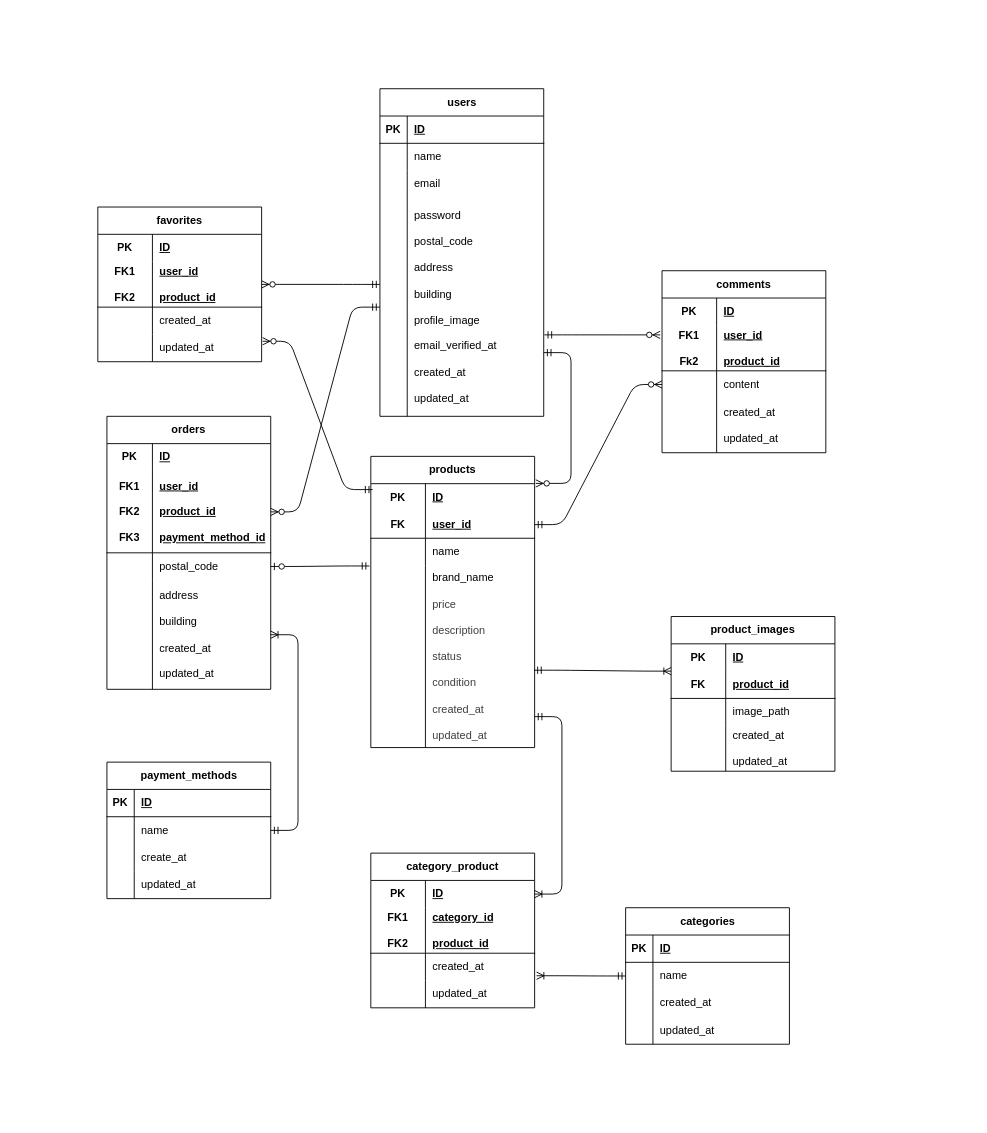
Before: doc/er_diagram.drawio in shiori-nampo/coachtech-flea-market, a draw.io diagram. Source tidied: cells renumbered, new cells numbered last; positions are measured from the earlier drawing's top-left corner, leaving out a move shared by most shapes. Both pictures are drawn from the tidied source at 91%, with x=0, y=0 at pixel (15, 15).
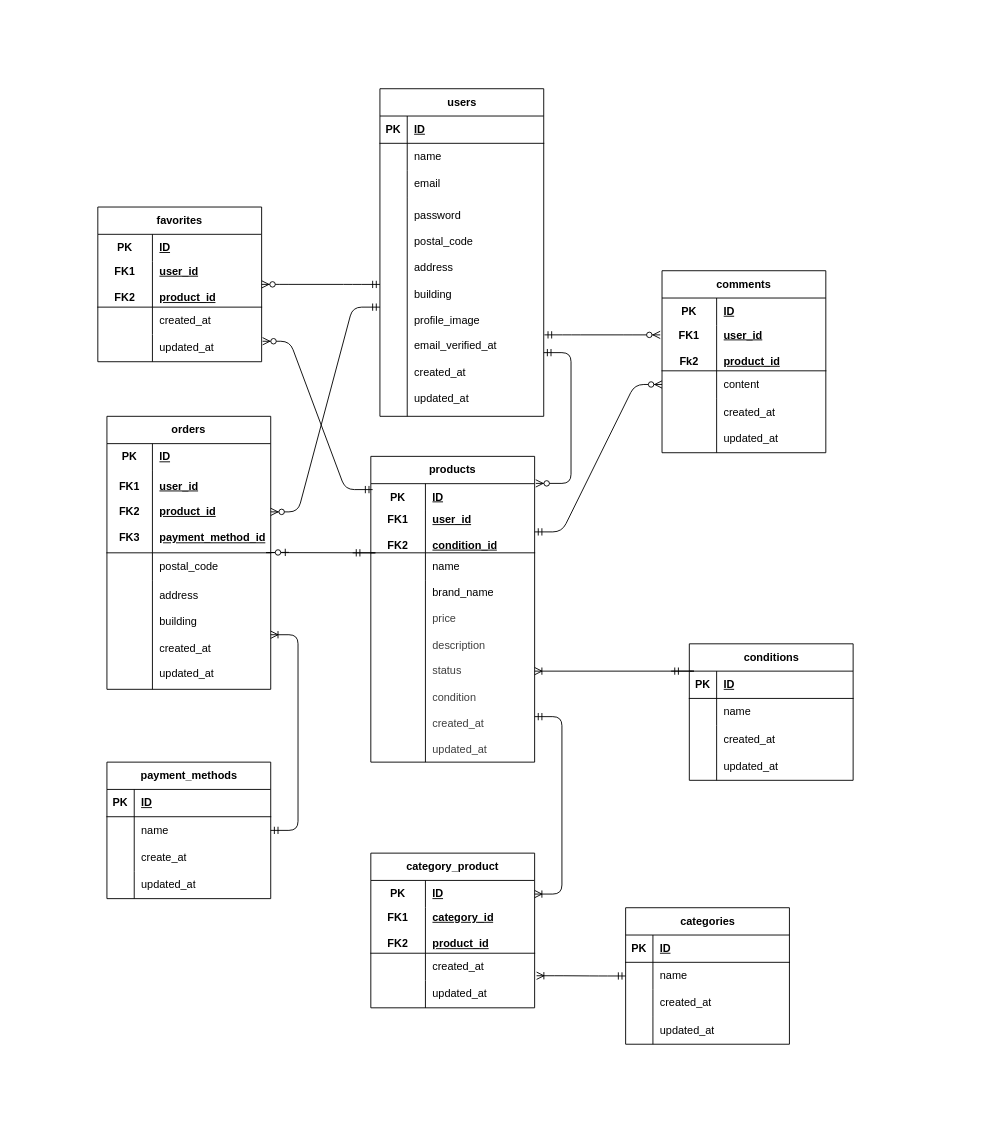
The same diagram, later.

The change refers to these unchanged cells:
```xml
<mxCell id="100" style="shape=tableRow;horizontal=0;startSize=0;swimlaneHead=0;swimlaneBody=0;fillColor=none;points=[[0,0.5],[1,0.5]];portConstraint=eastwest;top=0;left=0;right=0;bottom=0;html=1;" parent="93" vertex="1">
  <mxGeometry y="150" width="180" height="30" as="geometry" />
</mxCell>
```

Diff of the diagram source:
```diff
@@
     <mxCell id="41" value="products" style="shape=table;startSize=30;childLayout=tableLayout;rowLines=0;fontStyle=1;align=center;html=1;whiteSpace=wrap;" parent="1" vertex="1">
-      <mxGeometry x="390" y="484" width="180" height="320" as="geometry" />
+      <mxGeometry x="390" y="484" width="180" height="336" as="geometry" />
     </mxCell>
@@
     <mxCell id="45" style="shape=tableRow;horizontal=0;startSize=0;swimlaneHead=0;swimlaneBody=0;fillColor=none;points=[[0,0.5],[1,0.5]];portConstraint=eastwest;top=0;left=0;right=0;bottom=1;html=1;" parent="41" vertex="1">
-      <mxGeometry y="60" width="180" height="30" as="geometry" />
+      <mxGeometry y="60" width="180" height="46" as="geometry" />
     </mxCell>
-    <mxCell id="46" value="FK" style="shape=partialRectangle;fillColor=none;top=0;left=0;bottom=0;right=0;fontStyle=1;overflow=hidden;html=1;whiteSpace=wrap;" parent="45" vertex="1">
-      <mxGeometry width="60" height="30" as="geometry" />
+    <mxCell id="46" value="FK1&lt;div&gt;&lt;br&gt;&lt;/div&gt;&lt;div&gt;FK2&lt;/div&gt;" style="shape=partialRectangle;fillColor=none;top=0;left=0;bottom=0;right=0;fontStyle=1;overflow=hidden;html=1;whiteSpace=wrap;" parent="45" vertex="1">
+      <mxGeometry width="60" height="46" as="geometry" />
     </mxCell>
-    <mxCell id="47" value="user_id" style="shape=partialRectangle;fillColor=none;top=0;left=0;bottom=0;right=0;align=left;spacingLeft=6;fontStyle=5;overflow=hidden;html=1;whiteSpace=wrap;" parent="45" vertex="1">
-      <mxGeometry x="60" width="120" height="30" as="geometry" />
+    <mxCell id="47" value="user_id&lt;div&gt;&lt;br&gt;&lt;/div&gt;&lt;div&gt;condition_id&lt;/div&gt;" style="shape=partialRectangle;fillColor=none;top=0;left=0;bottom=0;right=0;align=left;spacingLeft=6;fontStyle=5;overflow=hidden;html=1;whiteSpace=wrap;" parent="45" vertex="1">
+      <mxGeometry x="60" width="120" height="46" as="geometry" />
     </mxCell>
     <mxCell id="48" style="shape=tableRow;horizontal=0;startSize=0;swimlaneHead=0;swimlaneBody=0;fillColor=none;points=[[0,0.5],[1,0.5]];portConstraint=eastwest;top=0;left=0;right=0;bottom=0;html=1;" parent="41" vertex="1">
-      <mxGeometry y="90" width="180" height="30" as="geometry" />
+      <mxGeometry y="106" width="180" height="30" as="geometry" />
     </mxCell>
@@
     <mxCell id="51" style="shape=tableRow;horizontal=0;startSize=0;swimlaneHead=0;swimlaneBody=0;fillColor=none;points=[[0,0.5],[1,0.5]];portConstraint=eastwest;top=0;left=0;right=0;bottom=0;html=1;" parent="41" vertex="1">
-      <mxGeometry y="120" width="180" height="200" as="geometry" />
+      <mxGeometry y="136" width="180" height="200" as="geometry" />
     </mxCell>
@@
-    <mxCell id="106" value="product_images" style="shape=table;startSize=30;childLayout=tableLayout;rowLines=0;fontStyle=1;align=center;html=1;whiteSpace=wrap;" parent="1" vertex="1">
-      <mxGeometry x="720" y="660" width="180" height="170" as="geometry" />
-    </mxCell>
-    <mxCell id="107" style="shape=tableRow;horizontal=0;startSize=0;swimlaneHead=0;swimlaneBody=0;fillColor=none;top=0;left=0;right=0;bottom=0;html=1;" parent="106" vertex="1">
-      <mxGeometry y="30" width="180" height="30" as="geometry" />
-    </mxCell>
-    <mxCell id="108" value="PK" style="shape=partialRectangle;fillColor=none;top=0;left=0;bottom=0;right=0;fontStyle=1;overflow=hidden;html=1;whiteSpace=wrap;" parent="107" vertex="1">
-      <mxGeometry width="60" height="30" as="geometry" />
-    </mxCell>
-    <mxCell id="109" value="ID" style="shape=partialRectangle;fillColor=none;top=0;left=0;bottom=0;right=0;align=left;spacingLeft=6;fontStyle=5;overflow=hidden;html=1;whiteSpace=wrap;" parent="107" vertex="1">
-      <mxGeometry x="60" width="120" height="30" as="geometry" />
-    </mxCell>
-    <mxCell id="110" style="shape=tableRow;horizontal=0;startSize=0;swimlaneHead=0;swimlaneBody=0;fillColor=none;points=[[0,0.5],[1,0.5]];portConstraint=eastwest;top=0;left=0;right=0;bottom=1;html=1;" parent="106" vertex="1">
-      <mxGeometry y="60" width="180" height="30" as="geometry" />
-    </mxCell>
-    <mxCell id="111" value="FK" style="shape=partialRectangle;fillColor=none;top=0;left=0;bottom=0;right=0;fontStyle=1;overflow=hidden;html=1;whiteSpace=wrap;" parent="110" vertex="1">
-      <mxGeometry width="60" height="30" as="geometry" />
-    </mxCell>
-    <mxCell id="112" value="product_id" style="shape=partialRectangle;fillColor=none;top=0;left=0;bottom=0;right=0;align=left;spacingLeft=6;fontStyle=5;overflow=hidden;html=1;whiteSpace=wrap;" parent="110" vertex="1">
-      <mxGeometry x="60" width="120" height="30" as="geometry" />
-    </mxCell>
-    <mxCell id="113" style="shape=tableRow;horizontal=0;startSize=0;swimlaneHead=0;swimlaneBody=0;fillColor=none;top=0;left=0;right=0;bottom=0;html=1;" parent="106" vertex="1">
-      <mxGeometry y="90" width="180" height="30" as="geometry" />
-    </mxCell>
-    <mxCell id="114" style="shape=partialRectangle;fillColor=none;top=0;left=0;bottom=0;right=0;overflow=hidden;html=1;whiteSpace=wrap;" parent="113" vertex="1">
-      <mxGeometry width="60" height="30" as="geometry" />
-    </mxCell>
-    <mxCell id="115" value="image_path" style="shape=partialRectangle;fillColor=none;top=0;left=0;bottom=0;right=0;align=left;spacingLeft=6;overflow=hidden;html=1;whiteSpace=wrap;" parent="113" vertex="1">
-      <mxGeometry x="60" width="120" height="30" as="geometry" />
-    </mxCell>
-    <mxCell id="116" style="shape=tableRow;horizontal=0;startSize=0;swimlaneHead=0;swimlaneBody=0;fillColor=none;top=0;left=0;right=0;bottom=0;html=1;" parent="106" vertex="1">
-      <mxGeometry y="120" width="180" height="50" as="geometry" />
-    </mxCell>
-    <mxCell id="117" style="shape=partialRectangle;fillColor=none;top=0;left=0;bottom=0;right=0;overflow=hidden;html=1;whiteSpace=wrap;" parent="116" vertex="1">
-      <mxGeometry width="60" height="50" as="geometry" />
-    </mxCell>
-    <mxCell id="118" value="created_at&lt;div&gt;&lt;br&gt;&lt;/div&gt;&lt;div&gt;updated_at&lt;/div&gt;" style="shape=partialRectangle;fillColor=none;top=0;left=0;bottom=0;right=0;align=left;spacingLeft=6;overflow=hidden;html=1;whiteSpace=wrap;" parent="116" vertex="1">
-      <mxGeometry x="60" width="120" height="50" as="geometry" />
-    </mxCell>
@@
-    <mxCell id="127" style="edgeStyle=entityRelationEdgeStyle;fontSize=12;html=1;endArrow=ERzeroToOne;startArrow=ERmandOne;exitX=-0.008;exitY=1.015;exitDx=0;exitDy=0;exitPerimeter=0;" parent="1" edge="1" source="48" target="100">
-      <mxGeometry relative="1" as="geometry" />
+    <mxCell id="127" style="edgeStyle=entityRelationEdgeStyle;fontSize=12;html=1;endArrow=ERzeroToOne;startArrow=ERmandOne;" parent="1" edge="1">
+      <mxGeometry relative="1" as="geometry">
+        <mxPoint x="370" y="590" as="sourcePoint" />
+        <mxPoint x="300" y="589.5" as="targetPoint" />
+        <Array as="points">
+          <mxPoint x="408" y="589.5" />
+          <mxPoint x="350" y="584.5" />
+          <mxPoint x="379" y="589.5" />
+          <mxPoint x="319" y="589.5" />
+          <mxPoint x="329" y="589.5" />
+        </Array>
+      </mxGeometry>
     </mxCell>
@@
-    <mxCell id="129" style="edgeStyle=entityRelationEdgeStyle;fontSize=12;html=1;endArrow=ERoneToMany;startArrow=ERmandOne;entryX=0;entryY=0;entryDx=0;entryDy=0;entryPerimeter=0;exitX=0.996;exitY=0.575;exitDx=0;exitDy=0;exitPerimeter=0;" parent="1" edge="1" source="51" target="110">
-      <mxGeometry relative="1" as="geometry" />
-    </mxCell>
@@
+    <mxCell id="132" value="conditions" style="shape=table;startSize=30;childLayout=tableLayout;rowLines=0;fontStyle=1;align=center;html=1;" parent="1" vertex="1">
+      <mxGeometry x="740" y="690" width="180" height="150" as="geometry" />
+    </mxCell>
+    <mxCell id="133" style="shape=tableRow;horizontal=0;startSize=0;swimlaneHead=0;swimlaneBody=0;fillColor=none;top=0;left=0;right=0;bottom=1;" parent="132" vertex="1">
+      <mxGeometry y="30" width="180" height="30" as="geometry" />
+    </mxCell>
+    <mxCell id="108" value="PK" style="shape=partialRectangle;fillColor=none;top=0;left=0;bottom=0;right=0;fontStyle=1;overflow=hidden;whiteSpace=wrap;html=1;" parent="133" vertex="1">
+      <mxGeometry width="30" height="30" as="geometry" />
+    </mxCell>
+    <mxCell id="109" value="ID" style="shape=partialRectangle;fillColor=none;top=0;left=0;bottom=0;right=0;align=left;spacingLeft=6;fontStyle=5;overflow=hidden;whiteSpace=wrap;html=1;" parent="133" vertex="1">
+      <mxGeometry x="30" width="150" height="30" as="geometry" />
+    </mxCell>
+    <mxCell id="134" style="shape=tableRow;horizontal=0;startSize=0;swimlaneHead=0;swimlaneBody=0;fillColor=none;top=0;left=0;right=0;bottom=0;" parent="132" vertex="1">
+      <mxGeometry y="60" width="180" height="30" as="geometry" />
+    </mxCell>
+    <mxCell id="135" style="shape=partialRectangle;fillColor=none;top=0;left=0;bottom=0;right=0;overflow=hidden;whiteSpace=wrap;html=1;" parent="134" vertex="1">
+      <mxGeometry width="30" height="30" as="geometry" />
+    </mxCell>
+    <mxCell id="136" value="name" style="shape=partialRectangle;fillColor=none;top=0;left=0;bottom=0;right=0;align=left;spacingLeft=6;overflow=hidden;whiteSpace=wrap;html=1;" parent="134" vertex="1">
+      <mxGeometry x="30" width="150" height="30" as="geometry" />
+    </mxCell>
+    <mxCell id="137" style="shape=tableRow;horizontal=0;startSize=0;swimlaneHead=0;swimlaneBody=0;fillColor=none;top=0;left=0;right=0;bottom=0;" parent="132" vertex="1">
+      <mxGeometry y="90" width="180" height="30" as="geometry" />
+    </mxCell>
+    <mxCell id="138" style="shape=partialRectangle;fillColor=none;top=0;left=0;bottom=0;right=0;overflow=hidden;whiteSpace=wrap;html=1;" parent="137" vertex="1">
+      <mxGeometry width="30" height="30" as="geometry" />
+    </mxCell>
+    <mxCell id="139" value="created_at" style="shape=partialRectangle;fillColor=none;top=0;left=0;bottom=0;right=0;align=left;spacingLeft=6;overflow=hidden;whiteSpace=wrap;html=1;" parent="137" vertex="1">
+      <mxGeometry x="30" width="150" height="30" as="geometry" />
+    </mxCell>
+    <mxCell id="140" style="shape=tableRow;horizontal=0;startSize=0;swimlaneHead=0;swimlaneBody=0;fillColor=none;top=0;left=0;right=0;bottom=0;" parent="132" vertex="1">
+      <mxGeometry y="120" width="180" height="30" as="geometry" />
+    </mxCell>
+    <mxCell id="141" style="shape=partialRectangle;fillColor=none;top=0;left=0;bottom=0;right=0;overflow=hidden;whiteSpace=wrap;html=1;" parent="140" vertex="1">
+      <mxGeometry width="30" height="30" as="geometry" />
+    </mxCell>
+    <mxCell id="142" value="updated_at" style="shape=partialRectangle;fillColor=none;top=0;left=0;bottom=0;right=0;align=left;spacingLeft=6;overflow=hidden;whiteSpace=wrap;html=1;" parent="140" vertex="1">
+      <mxGeometry x="30" width="150" height="30" as="geometry" />
+    </mxCell>
+    <mxCell id="129" style="edgeStyle=entityRelationEdgeStyle;fontSize=12;html=1;endArrow=ERoneToMany;startArrow=ERmandOne;entryX=1;entryY=0.5;entryDx=0;entryDy=0;" parent="1" edge="1" target="51">
+      <mxGeometry relative="1" as="geometry">
+        <mxPoint x="720" y="720" as="sourcePoint" />
+      </mxGeometry>
+    </mxCell>
```
